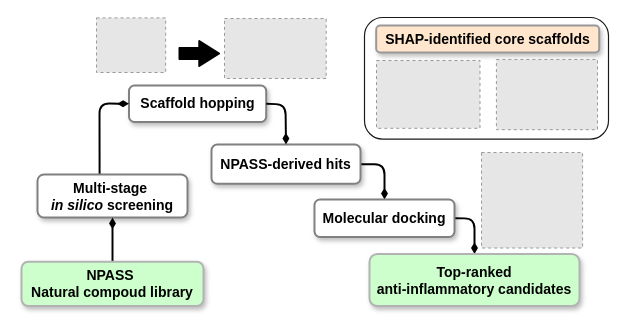
Above: visualization/Graphic_abstract.drawio in HuynhAnhDuy/Inflam_NP (draw.io), before the change. Source tidied: cells renumbered, new cells numbered last; positions are measured from the earlier drawing's top-left corner, leaving out a move shared by most shapes. Both pictures are drawn from the tidied source at 100%, with x=0, y=0 at pixel (21, 17). Pictures stored in the file or linked from it are replaced by grey dashed boxes.
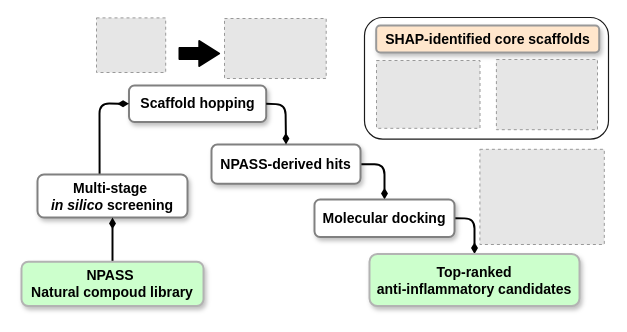
Above is the later version.

Diff of the diagram source:
```diff
@@
-    <mxCell id="16" style="fillColor=#E6E6E6;strokeColor=#999999;dashed=1;verticalLabelPosition=bottom;labelBackgroundColor=default;verticalAlign=top;fontSize=14;" parent="1" vertex="1">
-      <mxGeometry x="460" y="135" width="101.1" height="95.5" as="geometry" />
-    </mxCell>
@@
+    <mxCell id="21" style="fillColor=#E6E6E6;strokeColor=#999999;dashed=1;verticalLabelPosition=bottom;labelBackgroundColor=default;verticalAlign=top;" parent="1" vertex="1">
+      <mxGeometry x="458.4" y="131.8" width="124.4" height="95.2" as="geometry" />
+    </mxCell>
```
